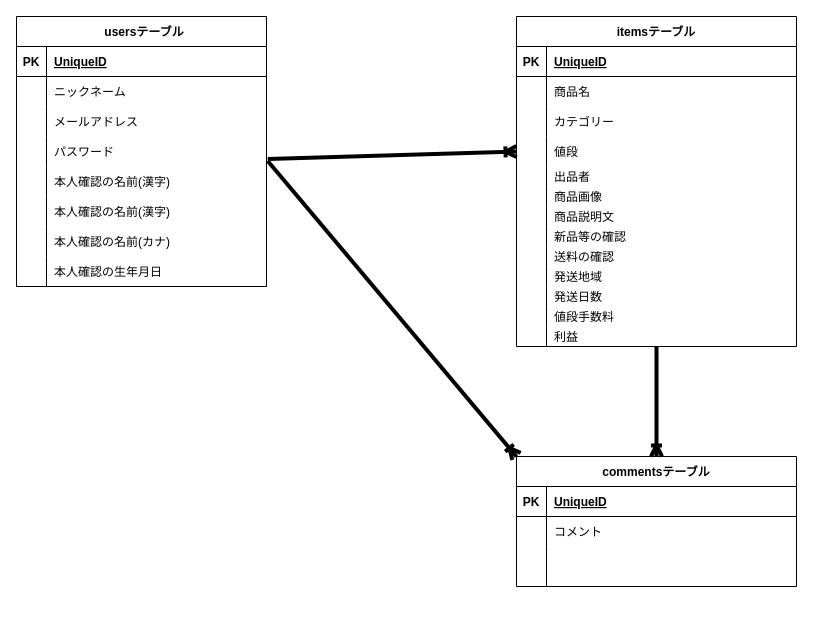
This is furima.dio from Tomapin/furima-41470, a draw.io file, before an edit. Source tidied: cells renumbered, new cells numbered last; positions are measured from the earlier drawing's top-left corner, leaving out a move shared by most shapes. Both pictures are drawn from the tidied source at 100%, with x=0, y=0 at pixel (16, 16).
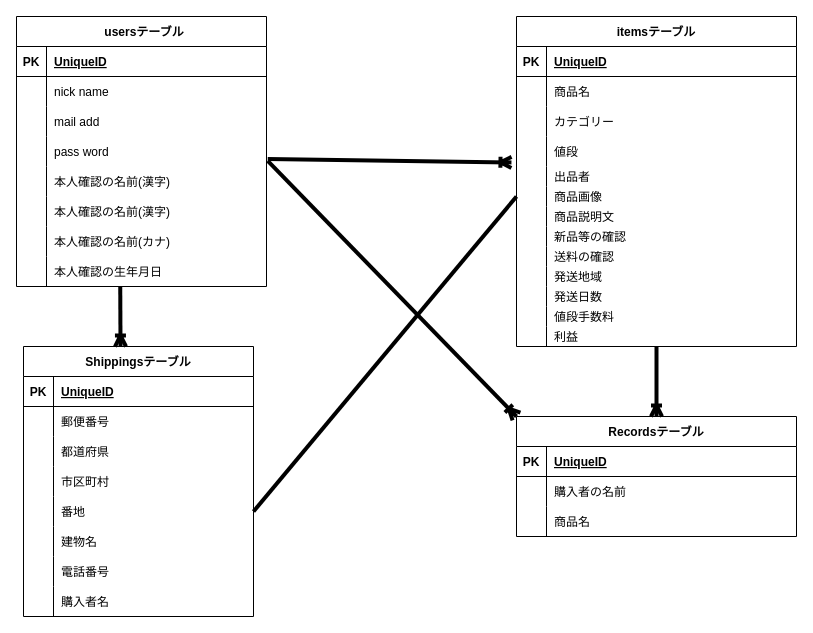
The same page after the edit.

Unchanged cells that the change refers to:
```xml
<mxCell id="6" style="shape=tableRow;horizontal=0;startSize=0;swimlaneHead=0;swimlaneBody=0;fillColor=none;top=0;left=0;right=0;bottom=0;" parent="2" vertex="1">
  <mxGeometry y="60" width="250" height="30" as="geometry" />
</mxCell>
<mxCell id="9" style="shape=tableRow;horizontal=0;startSize=0;swimlaneHead=0;swimlaneBody=0;fillColor=none;top=0;left=0;right=0;bottom=0;" parent="2" vertex="1">
  <mxGeometry y="90" width="250" height="30" as="geometry" />
</mxCell>
<mxCell id="12" style="shape=tableRow;horizontal=0;startSize=0;swimlaneHead=0;swimlaneBody=0;fillColor=none;points=[[0,0.5],[1,0.5]];portConstraint=eastwest;top=0;left=0;right=0;bottom=0;" parent="2" vertex="1">
  <mxGeometry y="120" width="250" height="30" as="geometry" />
</mxCell>
<mxCell id="15" style="shape=tableRow;horizontal=0;startSize=0;swimlaneHead=0;swimlaneBody=0;fillColor=none;points=[[0,0.5],[1,0.5]];portConstraint=eastwest;top=0;left=0;right=0;bottom=0;" parent="2" vertex="1">
  <mxGeometry y="150" width="250" height="30" as="geometry" />
</mxCell>
<mxCell id="24" style="shape=tableRow;horizontal=0;startSize=0;swimlaneHead=0;swimlaneBody=0;fillColor=none;points=[[0,0.5],[1,0.5]];portConstraint=eastwest;top=0;left=0;right=0;bottom=0;" parent="2" vertex="1">
  <mxGeometry y="240" width="250" height="30" as="geometry" />
</mxCell>
<mxCell id="37" style="shape=tableRow;horizontal=0;startSize=0;swimlaneHead=0;swimlaneBody=0;fillColor=none;points=[[0,0.5],[1,0.5]];portConstraint=eastwest;top=0;left=0;right=0;bottom=0;" parent="27" vertex="1">
  <mxGeometry y="120" width="280" height="30" as="geometry" />
</mxCell>
<mxCell id="40" style="shape=tableRow;horizontal=0;startSize=0;swimlaneHead=0;swimlaneBody=0;fillColor=none;points=[[0,0.5],[1,0.5]];portConstraint=eastwest;top=0;left=0;right=0;bottom=0;" parent="27" vertex="1">
  <mxGeometry y="150" width="280" height="20" as="geometry" />
</mxCell>
<mxCell id="43" style="shape=tableRow;horizontal=0;startSize=0;swimlaneHead=0;swimlaneBody=0;fillColor=none;points=[[0,0.5],[1,0.5]];portConstraint=eastwest;top=0;left=0;right=0;bottom=0;" parent="27" vertex="1">
  <mxGeometry y="170" width="280" height="20" as="geometry" />
</mxCell>
<mxCell id="72" style="shape=tableRow;horizontal=0;startSize=0;swimlaneHead=0;swimlaneBody=0;fillColor=none;top=0;left=0;right=0;bottom=0;" parent="68" vertex="1">
  <mxGeometry y="60" width="280" height="30" as="geometry" />
</mxCell>
```

Diff of the diagram source:
```diff
@@
-    <mxCell id="8" value="ニックネーム " style="shape=partialRectangle;fillColor=none;top=0;left=0;bottom=0;right=0;align=left;spacingLeft=6;overflow=hidden;" parent="6" vertex="1">
+    <mxCell id="8" value="nick name" style="shape=partialRectangle;fillColor=none;top=0;left=0;bottom=0;right=0;align=left;spacingLeft=6;overflow=hidden;" parent="6" vertex="1">
       <mxGeometry x="30" width="220" height="30" as="geometry" />
     </mxCell>
@@
-    <mxCell id="11" value="メールアドレス" style="shape=partialRectangle;fillColor=none;top=0;left=0;bottom=0;right=0;align=left;spacingLeft=6;overflow=hidden;" parent="9" vertex="1">
+    <mxCell id="11" value="mail add" style="shape=partialRectangle;fillColor=none;top=0;left=0;bottom=0;right=0;align=left;spacingLeft=6;overflow=hidden;" parent="9" vertex="1">
       <mxGeometry x="30" width="220" height="30" as="geometry" />
     </mxCell>
@@
-    <mxCell id="14" value="パスワード" style="shape=partialRectangle;fillColor=none;top=0;left=0;bottom=0;right=0;align=left;spacingLeft=6;overflow=hidden;" parent="12" vertex="1">
+    <mxCell id="14" value="pass word" style="shape=partialRectangle;fillColor=none;top=0;left=0;bottom=0;right=0;align=left;spacingLeft=6;overflow=hidden;" parent="12" vertex="1">
       <mxGeometry x="30" width="220" height="30" as="geometry" />
     </mxCell>
@@
-    <mxCell id="67" style="html=1;entryX=1.005;entryY=0.747;entryDx=0;entryDy=0;entryPerimeter=0;startArrow=ERoneToMany;startFill=0;endArrow=none;endFill=0;strokeWidth=4;exitX=0;exitY=0.5;exitDx=0;exitDy=0;" parent="1" edge="1" source="37" target="12">
+    <mxCell id="67" style="html=1;entryX=1.005;entryY=0.747;entryDx=0;entryDy=0;entryPerimeter=0;startArrow=ERoneToMany;startFill=0;endArrow=none;endFill=0;strokeWidth=4;exitX=-0.018;exitY=-0.204;exitDx=0;exitDy=0;exitPerimeter=0;" parent="1" edge="1" source="40" target="12">
       <mxGeometry relative="1" as="geometry" />
     </mxCell>
-    <mxCell id="68" value="commentsテーブル" style="shape=table;startSize=30;childLayout=tableLayout;rowLines=0;fontStyle=1;align=center;" parent="1" vertex="1">
-      <mxGeometry x="500" y="440" width="280" height="130" as="geometry" />
+    <mxCell id="68" value="Recordsテーブル" style="shape=table;startSize=30;childLayout=tableLayout;rowLines=0;fontStyle=1;align=center;" parent="1" vertex="1">
+      <mxGeometry x="500" y="400" width="280" height="120" as="geometry" />
     </mxCell>
@@
-    <mxCell id="74" value="コメント" style="shape=partialRectangle;fillColor=none;top=0;left=0;bottom=0;right=0;align=left;spacingLeft=6;overflow=hidden;" parent="72" vertex="1">
+    <mxCell id="74" value="購入者の名前" style="shape=partialRectangle;fillColor=none;top=0;left=0;bottom=0;right=0;align=left;spacingLeft=6;overflow=hidden;" parent="72" vertex="1">
       <mxGeometry x="30" width="250" height="30" as="geometry" />
     </mxCell>
     <mxCell id="75" style="shape=tableRow;horizontal=0;startSize=0;swimlaneHead=0;swimlaneBody=0;fillColor=none;top=0;left=0;right=0;bottom=0;" parent="68" vertex="1">
-      <mxGeometry y="90" width="280" height="40" as="geometry" />
+      <mxGeometry y="90" width="280" height="30" as="geometry" />
     </mxCell>
     <mxCell id="76" style="shape=partialRectangle;fillColor=none;top=0;left=0;bottom=0;right=0;overflow=hidden;" parent="75" vertex="1">
-      <mxGeometry width="30" height="40" as="geometry" />
+      <mxGeometry width="30" height="30" as="geometry" />
     </mxCell>
-    <mxCell id="77" style="shape=partialRectangle;fillColor=none;top=0;left=0;bottom=0;right=0;align=left;spacingLeft=6;overflow=hidden;" parent="75" vertex="1">
-      <mxGeometry x="30" width="250" height="40" as="geometry" />
+    <mxCell id="77" value="商品名" style="shape=partialRectangle;fillColor=none;top=0;left=0;bottom=0;right=0;align=left;spacingLeft=6;overflow=hidden;" parent="75" vertex="1">
+      <mxGeometry x="30" width="250" height="30" as="geometry" />
     </mxCell>
-    <mxCell id="78" style="edgeStyle=none;jettySize=auto;html=1;strokeWidth=4;startArrow=ERoneToMany;startFill=0;endArrow=none;endFill=0;exitX=0;exitY=0;exitDx=0;exitDy=0;entryX=1.005;entryY=-0.186;entryDx=0;entryDy=0;entryPerimeter=0;" parent="1" edge="1" source="68" target="15">
+    <mxCell id="78" style="jettySize=auto;html=1;strokeWidth=4;startArrow=ERoneToMany;startFill=0;endArrow=none;endFill=0;exitX=0;exitY=0;exitDx=0;exitDy=0;entryX=1.005;entryY=-0.186;entryDx=0;entryDy=0;entryPerimeter=0;" parent="1" edge="1" source="68" target="15">
       <mxGeometry relative="1" as="geometry" />
     </mxCell>
@@
+    <mxCell id="80" value="Shippingsテーブル" style="shape=table;startSize=30;childLayout=tableLayout;rowLines=0;fontStyle=1;align=center;" parent="1" vertex="1">
+      <mxGeometry x="7" y="330" width="230" height="270" as="geometry" />
+    </mxCell>
+    <mxCell id="81" style="shape=tableRow;horizontal=0;startSize=0;swimlaneHead=0;swimlaneBody=0;fillColor=none;top=0;left=0;right=0;bottom=1;" parent="80" vertex="1">
+      <mxGeometry y="30" width="230" height="30" as="geometry" />
+    </mxCell>
+    <mxCell id="82" value="PK" style="shape=partialRectangle;fillColor=none;top=0;left=0;bottom=0;right=0;fontStyle=1;overflow=hidden;" parent="81" vertex="1">
+      <mxGeometry width="30" height="30" as="geometry" />
+    </mxCell>
+    <mxCell id="83" value="UniqueID" style="shape=partialRectangle;fillColor=none;top=0;left=0;bottom=0;right=0;align=left;spacingLeft=6;fontStyle=5;overflow=hidden;" parent="81" vertex="1">
+      <mxGeometry x="30" width="200" height="30" as="geometry" />
+    </mxCell>
+    <mxCell id="84" style="shape=tableRow;horizontal=0;startSize=0;swimlaneHead=0;swimlaneBody=0;fillColor=none;top=0;left=0;right=0;bottom=0;" parent="80" vertex="1">
+      <mxGeometry y="60" width="230" height="30" as="geometry" />
+    </mxCell>
+    <mxCell id="85" style="shape=partialRectangle;fillColor=none;top=0;left=0;bottom=0;right=0;overflow=hidden;" parent="84" vertex="1">
+      <mxGeometry width="30" height="30" as="geometry" />
+    </mxCell>
+    <mxCell id="86" value="郵便番号" style="shape=partialRectangle;fillColor=none;top=0;left=0;bottom=0;right=0;align=left;spacingLeft=6;overflow=hidden;" parent="84" vertex="1">
+      <mxGeometry x="30" width="200" height="30" as="geometry" />
+    </mxCell>
+    <mxCell id="87" style="shape=tableRow;horizontal=0;startSize=0;swimlaneHead=0;swimlaneBody=0;fillColor=none;top=0;left=0;right=0;bottom=0;" parent="80" vertex="1">
+      <mxGeometry y="90" width="230" height="30" as="geometry" />
+    </mxCell>
+    <mxCell id="88" style="shape=partialRectangle;fillColor=none;top=0;left=0;bottom=0;right=0;overflow=hidden;" parent="87" vertex="1">
+      <mxGeometry width="30" height="30" as="geometry" />
+    </mxCell>
+    <mxCell id="89" value="都道府県" style="shape=partialRectangle;fillColor=none;top=0;left=0;bottom=0;right=0;align=left;spacingLeft=6;overflow=hidden;" parent="87" vertex="1">
+      <mxGeometry x="30" width="200" height="30" as="geometry" />
+    </mxCell>
+    <mxCell id="90" style="shape=tableRow;horizontal=0;startSize=0;swimlaneHead=0;swimlaneBody=0;fillColor=none;top=0;left=0;right=0;bottom=0;" parent="80" vertex="1">
+      <mxGeometry y="120" width="230" height="30" as="geometry" />
+    </mxCell>
+    <mxCell id="91" style="shape=partialRectangle;fillColor=none;top=0;left=0;bottom=0;right=0;overflow=hidden;" parent="90" vertex="1">
+      <mxGeometry width="30" height="30" as="geometry" />
+    </mxCell>
+    <mxCell id="92" value="市区町村" style="shape=partialRectangle;fillColor=none;top=0;left=0;bottom=0;right=0;align=left;spacingLeft=6;overflow=hidden;" parent="90" vertex="1">
+      <mxGeometry x="30" width="200" height="30" as="geometry" />
+    </mxCell>
+    <mxCell id="93" style="shape=tableRow;horizontal=0;startSize=0;swimlaneHead=0;swimlaneBody=0;fillColor=none;points=[[0,0.5],[1,0.5]];portConstraint=eastwest;top=0;left=0;right=0;bottom=0;" parent="80" vertex="1">
+      <mxGeometry y="150" width="230" height="30" as="geometry" />
+    </mxCell>
+    <mxCell id="94" style="shape=partialRectangle;fillColor=none;top=0;left=0;bottom=0;right=0;overflow=hidden;" parent="93" vertex="1">
+      <mxGeometry width="30" height="30" as="geometry" />
+    </mxCell>
+    <mxCell id="95" value="番地" style="shape=partialRectangle;fillColor=none;top=0;left=0;bottom=0;right=0;align=left;spacingLeft=6;overflow=hidden;" parent="93" vertex="1">
+      <mxGeometry x="30" width="200" height="30" as="geometry" />
+    </mxCell>
+    <mxCell id="96" style="shape=tableRow;horizontal=0;startSize=0;swimlaneHead=0;swimlaneBody=0;fillColor=none;top=0;left=0;right=0;bottom=0;" parent="80" vertex="1">
+      <mxGeometry y="180" width="230" height="30" as="geometry" />
+    </mxCell>
+    <mxCell id="97" style="shape=partialRectangle;fillColor=none;top=0;left=0;bottom=0;right=0;overflow=hidden;" parent="96" vertex="1">
+      <mxGeometry width="30" height="30" as="geometry" />
+    </mxCell>
+    <mxCell id="98" value="建物名" style="shape=partialRectangle;fillColor=none;top=0;left=0;bottom=0;right=0;align=left;spacingLeft=6;overflow=hidden;" parent="96" vertex="1">
+      <mxGeometry x="30" width="200" height="30" as="geometry" />
+    </mxCell>
+    <mxCell id="99" style="shape=tableRow;horizontal=0;startSize=0;swimlaneHead=0;swimlaneBody=0;fillColor=none;top=0;left=0;right=0;bottom=0;" parent="80" vertex="1">
+      <mxGeometry y="210" width="230" height="30" as="geometry" />
+    </mxCell>
+    <mxCell id="100" style="shape=partialRectangle;fillColor=none;top=0;left=0;bottom=0;right=0;overflow=hidden;" parent="99" vertex="1">
+      <mxGeometry width="30" height="30" as="geometry" />
+    </mxCell>
+    <mxCell id="101" value="電話番号" style="shape=partialRectangle;fillColor=none;top=0;left=0;bottom=0;right=0;align=left;spacingLeft=6;overflow=hidden;" parent="99" vertex="1">
+      <mxGeometry x="30" width="200" height="30" as="geometry" />
+    </mxCell>
+    <mxCell id="102" style="shape=tableRow;horizontal=0;startSize=0;swimlaneHead=0;swimlaneBody=0;fillColor=none;top=0;left=0;right=0;bottom=0;" parent="80" vertex="1">
+      <mxGeometry y="240" width="230" height="30" as="geometry" />
+    </mxCell>
+    <mxCell id="103" style="shape=partialRectangle;fillColor=none;top=0;left=0;bottom=0;right=0;overflow=hidden;" parent="102" vertex="1">
+      <mxGeometry width="30" height="30" as="geometry" />
+    </mxCell>
+    <mxCell id="104" value="購入者名" style="shape=partialRectangle;fillColor=none;top=0;left=0;bottom=0;right=0;align=left;spacingLeft=6;overflow=hidden;" parent="102" vertex="1">
+      <mxGeometry x="30" width="200" height="30" as="geometry" />
+    </mxCell>
+    <mxCell id="105" style="jettySize=auto;html=1;strokeWidth=4;startArrow=ERoneToMany;startFill=0;endArrow=none;endFill=0;entryX=0.415;entryY=1.007;entryDx=0;entryDy=0;entryPerimeter=0;" parent="1" edge="1" target="24">
+      <mxGeometry relative="1" as="geometry">
+        <mxPoint x="104" y="330" as="sourcePoint" />
+      </mxGeometry>
+    </mxCell>
+    <mxCell id="106" style="jettySize=auto;html=1;strokeWidth=4;startArrow=none;startFill=0;endArrow=none;endFill=0;entryX=0;entryY=0.5;entryDx=0;entryDy=0;exitX=1;exitY=0.5;exitDx=0;exitDy=0;" parent="1" edge="1" source="93" target="43">
+      <mxGeometry relative="1" as="geometry" />
+    </mxCell>
```
